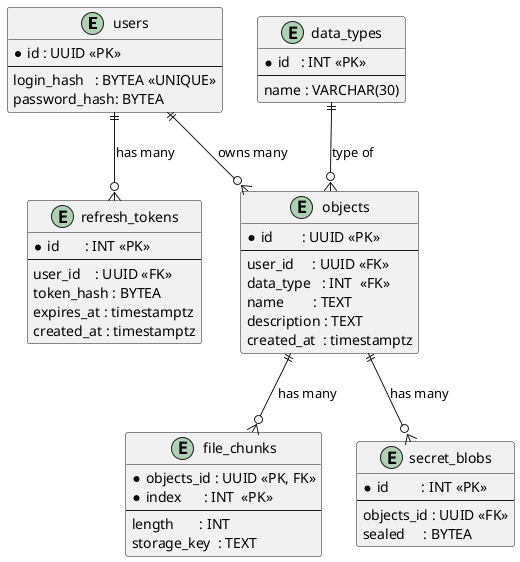
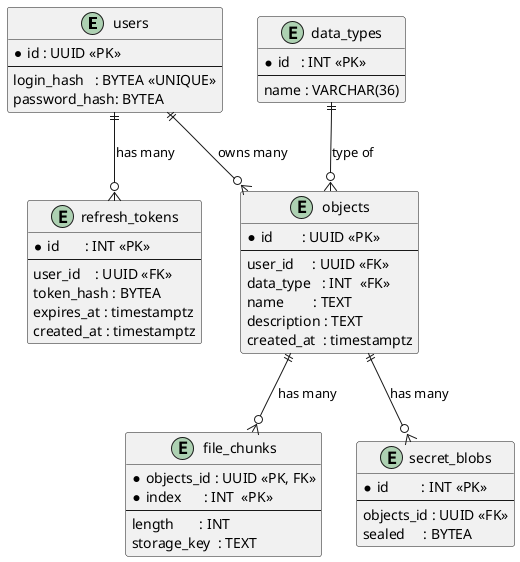
@startuml
skinparam wrapWidth 220
skinparam maxMessageSize 200

entity "users" as users {
  * id : UUID <<PK>>
  --
  login_hash   : BYTEA <<UNIQUE>>
  password_hash: BYTEA
}

entity "refresh_tokens" as refresh_tokens {
  * id       : INT <<PK>>
  --
  user_id    : UUID <<FK>>
  token_hash : BYTEA
  expires_at : timestamptz
  created_at : timestamptz
}

entity "data_types" as data_types {
  * id   : INT <<PK>>
  --
-   name : VARCHAR(30)
+   name : VARCHAR(36)
}

entity "objects" as objects {
  * id        : UUID <<PK>>
  --
  user_id     : UUID <<FK>>
  data_type   : INT  <<FK>>
  name        : TEXT
  description : TEXT
  created_at  : timestamptz
}

' составной PK: (objects_id, index)
entity "file_chunks" as file_chunks {
  * objects_id : UUID <<PK, FK>>
  * index      : INT  <<PK>>
  --
  length       : INT
  storage_key  : TEXT
}

entity "secret_blobs" as secret_blobs {
  * id         : INT <<PK>>
  --
  objects_id : UUID <<FK>>
  sealed     : BYTEA
}

' -------- relationships --------
users       ||--o{ refresh_tokens : "has many"
users       ||--o{ objects        : "owns many"
data_types  ||--o{ objects        : "type of"
objects     ||--o{ file_chunks    : "has many"
objects     ||--o{ secret_blobs   : "has many"

@enduml
